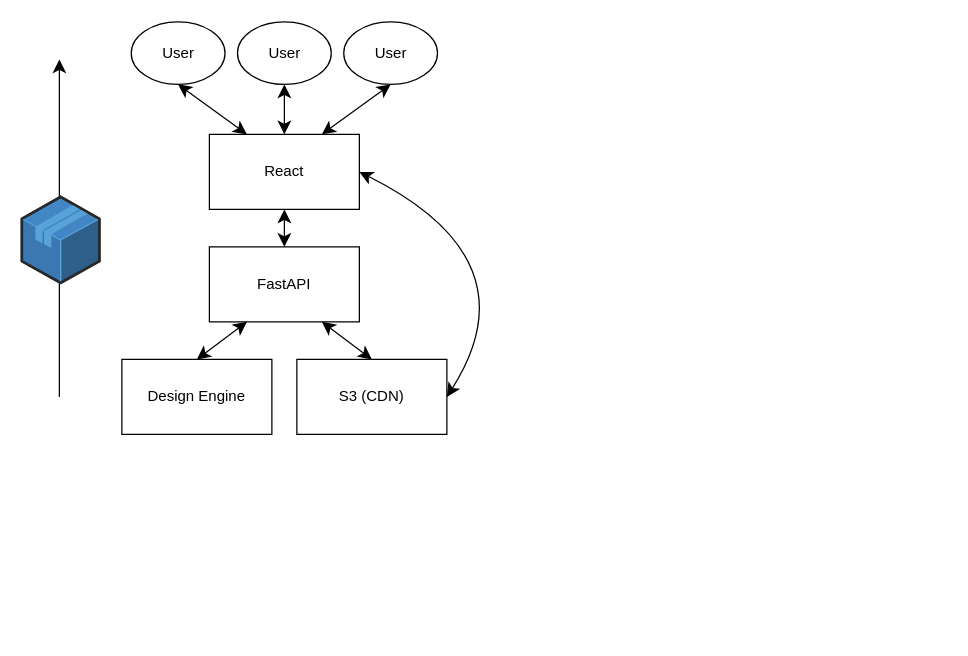
Before: assets/images/delivering-furniture/structure.drawio in ArkimCity/ArkimCity.github.io, a draw.io diagram. Source tidied: cells renumbered, new cells numbered last; positions are measured from the earlier drawing's top-left corner, leaving out a move shared by most shapes. Both pictures are drawn from the tidied source at 125%, with x=0, y=0 at pixel (21, 21). Pictures stored in the file or linked from it are replaced by grey dashed boxes.
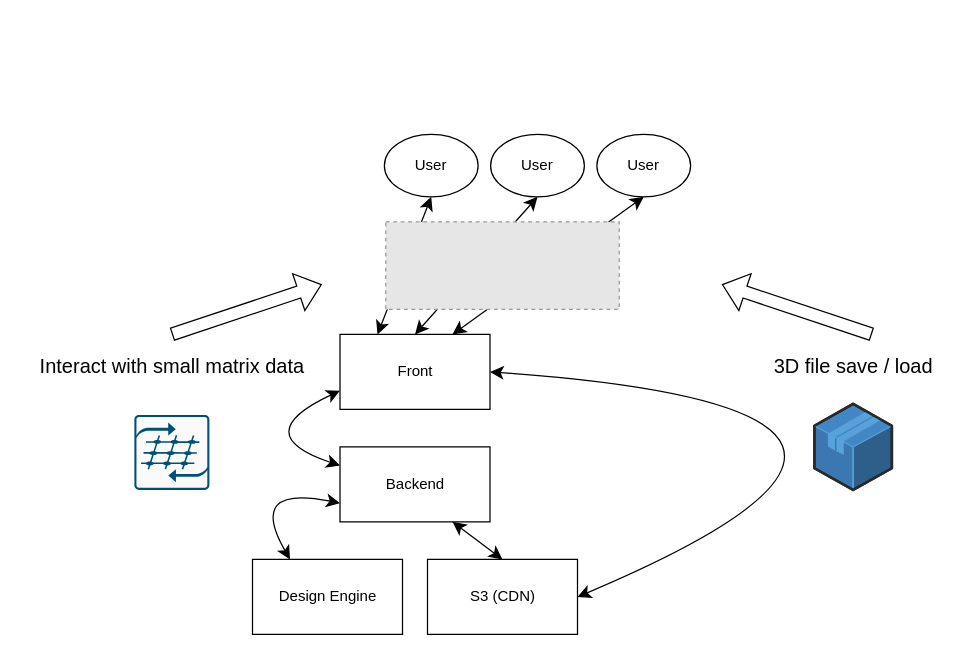
Above is the later version.

Diff of the diagram source:
```diff
@@
-    <mxCell id="2" value="React" style="rounded=0;whiteSpace=wrap;html=1;" parent="1" vertex="1">
-      <mxGeometry x="150" y="90" width="120" height="60" as="geometry" />
+    <mxCell id="2" value="Front" style="rounded=0;whiteSpace=wrap;html=1;" parent="1" vertex="1">
+      <mxGeometry x="254.5" y="250" width="120" height="60" as="geometry" />
     </mxCell>
-    <mxCell id="3" value="FastAPI" style="rounded=0;whiteSpace=wrap;html=1;" parent="1" vertex="1">
-      <mxGeometry x="150" y="180" width="120" height="60" as="geometry" />
+    <mxCell id="3" value="Backend" style="rounded=0;whiteSpace=wrap;html=1;" parent="1" vertex="1">
+      <mxGeometry x="254.5" y="340" width="120" height="60" as="geometry" />
     </mxCell>
     <mxCell id="4" value="Design Engine" style="rounded=0;whiteSpace=wrap;html=1;" parent="1" vertex="1">
-      <mxGeometry x="80" y="270" width="120" height="60" as="geometry" />
+      <mxGeometry x="184.5" y="430" width="120" height="60" as="geometry" />
     </mxCell>
     <mxCell id="5" value="S3 (CDN)" style="rounded=0;whiteSpace=wrap;html=1;" parent="1" vertex="1">
-      <mxGeometry x="220" y="270" width="120" height="60" as="geometry" />
+      <mxGeometry x="324.5" y="430" width="120" height="60" as="geometry" />
     </mxCell>
@@
-    <mxCell id="7" style="endArrow=classic;startArrow=classic;html=1;rounded=0;fontSize=12;startSize=8;endSize=8;curved=1;exitX=0.5;exitY=0;exitDx=0;exitDy=0;entryX=0.25;entryY=1;entryDx=0;entryDy=0;" parent="1" edge="1" source="4" target="3">
-      <mxGeometry relative="1" as="geometry" />
+    <mxCell id="7" style="endArrow=classic;startArrow=classic;html=1;rounded=0;fontSize=12;startSize=8;endSize=8;curved=1;entryX=0;entryY=0.75;entryDx=0;entryDy=0;exitX=0.25;exitY=0;exitDx=0;exitDy=0;" parent="1" edge="1" source="4" target="3">
+      <mxGeometry relative="1" as="geometry">
+        <Array as="points">
+          <mxPoint x="180" y="370" />
+        </Array>
+      </mxGeometry>
     </mxCell>
     <mxCell id="8" style="endArrow=classic;startArrow=classic;html=1;rounded=0;fontSize=12;startSize=8;endSize=8;curved=1;exitX=1;exitY=0.5;exitDx=0;exitDy=0;entryX=1;entryY=0.5;entryDx=0;entryDy=0;" parent="1" edge="1" source="2" target="5">
       <mxGeometry relative="1" as="geometry">
         <Array as="points">
-          <mxPoint x="410" y="190" />
+          <mxPoint x="800" y="310" />
         </Array>
       </mxGeometry>
     </mxCell>
-    <mxCell id="9" style="endArrow=classic;startArrow=classic;html=1;rounded=0;fontSize=12;startSize=8;endSize=8;curved=1;exitX=0.5;exitY=0;exitDx=0;exitDy=0;entryX=0.5;entryY=1;entryDx=0;entryDy=0;" parent="1" edge="1" source="3" target="2">
-      <mxGeometry relative="1" as="geometry" />
+    <mxCell id="9" style="endArrow=classic;startArrow=classic;html=1;rounded=0;fontSize=12;startSize=8;endSize=8;curved=1;exitX=0;exitY=0.25;exitDx=0;exitDy=0;entryX=0;entryY=0.75;entryDx=0;entryDy=0;" parent="1" edge="1" source="3" target="2">
+      <mxGeometry relative="1" as="geometry">
+        <Array as="points">
+          <mxPoint x="180" y="330" />
+        </Array>
+      </mxGeometry>
     </mxCell>
     <mxCell id="10" value="User" style="ellipse;whiteSpace=wrap;html=1;" parent="1" vertex="1">
-      <mxGeometry x="87.5" width="75" height="50" as="geometry" />
+      <mxGeometry x="290" y="90" width="75" height="50" as="geometry" />
     </mxCell>
     <mxCell id="11" value="User" style="ellipse;whiteSpace=wrap;html=1;" parent="1" vertex="1">
-      <mxGeometry x="172.5" width="75" height="50" as="geometry" />
+      <mxGeometry x="375" y="90" width="75" height="50" as="geometry" />
     </mxCell>
     <mxCell id="12" value="User" style="ellipse;whiteSpace=wrap;html=1;" parent="1" vertex="1">
-      <mxGeometry x="257.5" width="75" height="50" as="geometry" />
+      <mxGeometry x="460" y="90" width="75" height="50" as="geometry" />
     </mxCell>
@@
-    <mxCell id="16" style="endArrow=classic;html=1;rounded=0;fontSize=12;startSize=8;endSize=8;curved=1;" parent="1" edge="1">
-      <mxGeometry relative="1" as="geometry">
-        <mxPoint x="30" y="300" as="sourcePoint" />
-        <mxPoint x="30" y="30" as="targetPoint" />
-      </mxGeometry>
-    </mxCell>
     <mxCell id="17" style="verticalLabelPosition=bottom;html=1;verticalAlign=top;strokeWidth=1;align=center;dashed=0;shape=mxgraph.aws3d.application;fillColor=#4286c5;strokeColor=#57A2D8;" parent="1" vertex="1">
-      <mxGeometry y="140" width="62" height="68.8" as="geometry" />
+      <mxGeometry x="634" y="305.6" width="62" height="68.8" as="geometry" />
     </mxCell>
+    <mxCell id="18" value="3D file save / load" style="text;html=1;align=center;verticalAlign=middle;strokeColor=none;fillColor=none;fontSize=16;" parent="1" vertex="1">
+      <mxGeometry x="590" y="260" width="150" height="30" as="geometry" />
+    </mxCell>
+    <mxCell id="19" value="Interact with small matrix data" style="text;html=1;align=center;verticalAlign=middle;strokeColor=none;fillColor=none;fontSize=16;" parent="1" vertex="1">
+      <mxGeometry y="260" width="240" height="30" as="geometry" />
+    </mxCell>
+    <mxCell id="20" style="sketch=0;verticalLabelPosition=bottom;html=1;verticalAlign=top;align=center;shape=mxgraph.cisco19.rect;prIcon=virtual_matrix_switch;fillColor=#FAFAFA;strokeColor=#005073;" parent="1" vertex="1">
+      <mxGeometry x="90" y="314.4" width="60" height="60" as="geometry" />
+    </mxCell>
+    <mxCell id="21" style="fillColor=#E6E6E6;strokeColor=#999999;dashed=1;verticalLabelPosition=bottom;labelBackgroundColor=default;verticalAlign=top;" parent="1" vertex="1">
+      <mxGeometry x="291.1" y="160" width="186.8" height="70" as="geometry" />
+    </mxCell>
+    <mxCell id="22" style="shape=flexArrow;endArrow=classic;html=1;rounded=0;" parent="1" edge="1">
+      <mxGeometry relative="1" as="geometry">
+        <mxPoint x="680" y="250" as="sourcePoint" />
+        <mxPoint x="560" y="210" as="targetPoint" />
+      </mxGeometry>
+    </mxCell>
+    <mxCell id="23" style="shape=flexArrow;endArrow=classic;html=1;rounded=0;" parent="1" edge="1">
+      <mxGeometry relative="1" as="geometry">
+        <mxPoint x="120" y="250" as="sourcePoint" />
+        <mxPoint x="240" y="210" as="targetPoint" />
+      </mxGeometry>
+    </mxCell>
```
